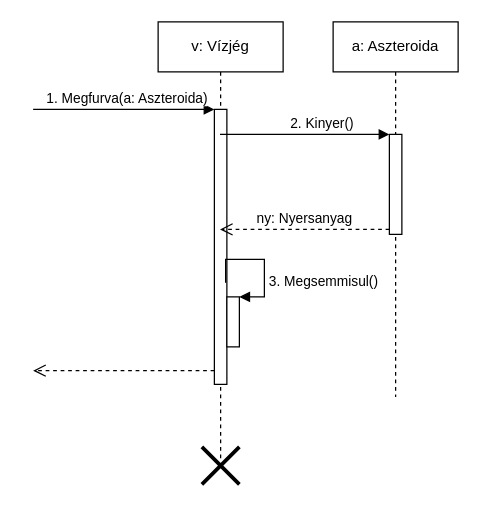
torpeBoiGo/aszteroidabanyaszat keeps this draw.io diagram as page "Page-2" (2 of 2) of doc/uml/szublimalo_aszteroida_furas.drawio. Above is the earlier version. Source tidied: cells renumbered, new cells numbered last; positions are measured from the earlier drawing's top-left corner, leaving out a move shared by most shapes. Both pictures are drawn from the tidied source at 125%, with x=0, y=0 at pixel (32, 21).
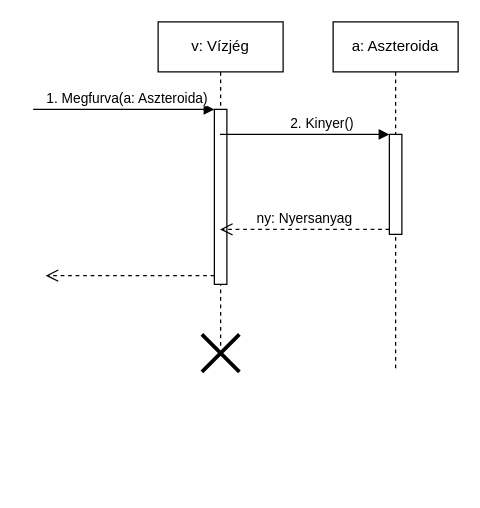
The same page after the edit.

Commit message:
Update szublimalo_aszteroida_furas.drawio: megsemmisul torlese

Diff of the diagram source:
```diff
@@
 <mxGraphModel>
   <root>
     <mxCell id="0" />
     <mxCell id="1" parent="0" />
     <mxCell id="2" value="v: Vízjég" style="shape=umlLifeline;perimeter=lifelinePerimeter;whiteSpace=wrap;html=1;outlineConnect=0;" parent="1" vertex="1">
-      <mxGeometry x="100" width="100" height="350" as="geometry" />
+      <mxGeometry x="100" width="100" height="260" as="geometry" />
     </mxCell>
     <mxCell id="3" style="html=1;points=[];perimeter=orthogonalPerimeter;" parent="2" vertex="1">
-      <mxGeometry x="45" y="70" width="10" height="220" as="geometry" />
+      <mxGeometry x="45" y="70" width="10" height="140" as="geometry" />
     </mxCell>
     <mxCell id="4" value="1. Megfurva(a: Aszteroida)" style="html=1;verticalAlign=bottom;endArrow=block;entryX=0;entryY=0;" parent="2" edge="1" target="3">
       <mxGeometry x="0.04" relative="1" as="geometry">
         <mxPoint x="-100" y="70" as="sourcePoint" />
       </mxGeometry>
     </mxCell>
     <mxCell id="5" style="html=1;verticalAlign=bottom;endArrow=open;dashed=1;endSize=8;exitX=0;exitY=0.95;" parent="2" edge="1" source="3">
       <mxGeometry x="1" y="-108" relative="1" as="geometry">
-        <mxPoint x="-100" y="279" as="targetPoint" />
+        <mxPoint x="-90" y="203" as="targetPoint" />
         <mxPoint x="-41" y="8" as="offset" />
       </mxGeometry>
     </mxCell>
-    <mxCell id="6" style="html=1;points=[];perimeter=orthogonalPerimeter;" parent="2" vertex="1">
-      <mxGeometry x="55" y="220" width="10" height="40" as="geometry" />
-    </mxCell>
-    <mxCell id="7" value="3. Megsemmisul()" style="edgeStyle=orthogonalEdgeStyle;html=1;align=left;spacingLeft=2;endArrow=block;rounded=0;entryX=1;entryY=0;exitX=0.9;exitY=0.63;exitDx=0;exitDy=0;exitPerimeter=0;" parent="2" edge="1" source="3" target="6">
-      <mxGeometry x="0.37" relative="1" as="geometry">
-        <Array as="points">
-          <mxPoint x="54" y="190" />
-          <mxPoint x="85" y="190" />
-          <mxPoint x="85" y="220" />
-        </Array>
-      </mxGeometry>
-    </mxCell>
     <mxCell id="8" value="a: Aszteroida" style="shape=umlLifeline;perimeter=lifelinePerimeter;whiteSpace=wrap;html=1;" parent="1" vertex="1">
-      <mxGeometry x="240" width="100" height="300" as="geometry" />
+      <mxGeometry x="240" width="100" height="280" as="geometry" />
     </mxCell>
     <mxCell id="9" style="html=1;points=[];perimeter=orthogonalPerimeter;" parent="8" vertex="1">
       <mxGeometry x="45" y="90" width="10" height="80" as="geometry" />
     </mxCell>
     <mxCell id="10" value="2. Kinyer()" style="html=1;verticalAlign=bottom;endArrow=block;entryX=0;entryY=0;" parent="1" edge="1" source="2" target="9">
       <mxGeometry x="0.19" relative="1" as="geometry" />
     </mxCell>
     <mxCell id="11" value="ny: Nyersanyag" style="html=1;verticalAlign=bottom;endArrow=open;dashed=1;endSize=8;exitX=0;exitY=0.95;" parent="1" edge="1" source="9" target="2">
       <mxGeometry relative="1" as="geometry" />
     </mxCell>
     <mxCell id="12" style="shape=umlDestroy;whiteSpace=wrap;html=1;strokeWidth=3;" parent="1" vertex="1">
-      <mxGeometry x="135" y="340" width="30" height="30" as="geometry" />
+      <mxGeometry x="135" y="250" width="30" height="30" as="geometry" />
     </mxCell>
   </root>
 </mxGraphModel>
```
